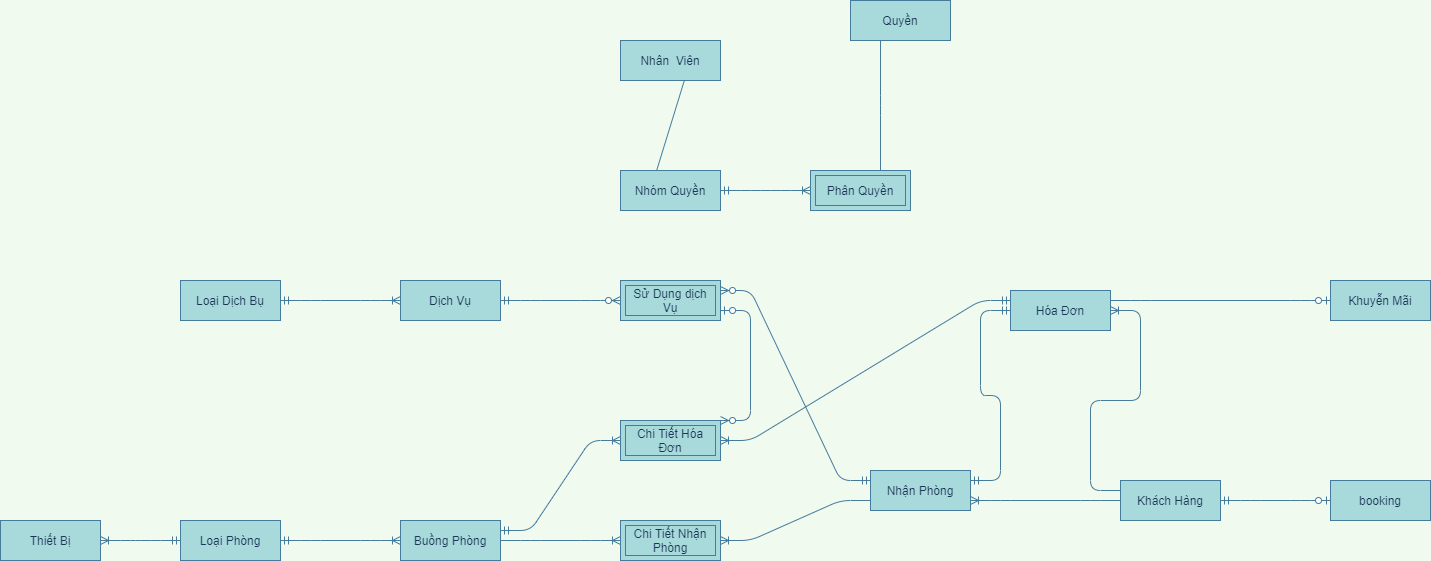
Above: EntityRelationship-QLKS.png in maialino123/QLKS (draw.io), before the change. Source tidied: cells renumbered, new cells last; positions are measured from the earlier drawing's top-left corner, leaving out a move shared by most shapes.
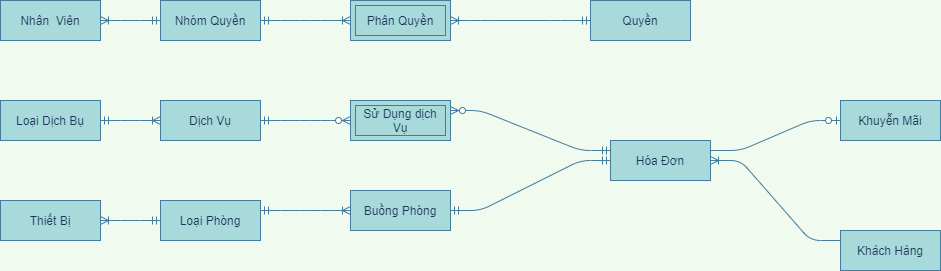
After the commit.

The edit, as a diff of the source:
```diff
@@ -2,37 +2,19 @@
   <root>
     <mxCell id="0" />
     <mxCell id="1" parent="0" />
-    <mxCell id="2" style="edgeStyle=entityRelationEdgeStyle;fontSize=12;html=1;endArrow=ERoneToMany;startArrow=ERmandOne;strokeColor=#457B9D;fillColor=#A8DADC;fontColor=#1D3557;exitX=1;exitY=0.5;exitDx=0;exitDy=0;entryX=0;entryY=0.5;entryDx=0;entryDy=0;labelBackgroundColor=#F1FAEE;" parent="1" edge="1" source="29" target="30">
+    <mxCell id="2" style="edgeStyle=entityRelationEdgeStyle;fontSize=12;html=1;endArrow=ERoneToMany;startArrow=ERmandOne;strokeColor=#457B9D;fillColor=#A8DADC;fontColor=#1D3557;labelBackgroundColor=#F1FAEE;exitX=1;exitY=0.25;exitDx=0;exitDy=0;entryX=0;entryY=0.5;entryDx=0;entryDy=0;" parent="1" edge="1" source="29" target="30">
       <mxGeometry relative="1" as="geometry" />
     </mxCell>
-    <mxCell id="3" style="edgeStyle=entityRelationEdgeStyle;fontSize=12;html=1;endArrow=ERoneToMany;strokeColor=#457B9D;fillColor=#A8DADC;entryX=1;entryY=0.5;entryDx=0;entryDy=0;fontColor=#1D3557;exitX=0;exitY=0.75;exitDx=0;exitDy=0;labelBackgroundColor=#F1FAEE;" parent="1" edge="1" source="31" target="4">
-      <mxGeometry relative="1" as="geometry" />
-    </mxCell>
-    <mxCell id="4" value="Chi Tiết Nhận Phòng" style="shape=ext;margin=3;double=1;whiteSpace=wrap;html=1;align=center;strokeColor=#457B9D;fillColor=#A8DADC;fontColor=#1D3557;" parent="1" vertex="1">
-      <mxGeometry x="620" y="520" width="100" height="40" as="geometry" />
-    </mxCell>
-    <mxCell id="5" style="edgeStyle=entityRelationEdgeStyle;fontSize=12;html=1;endArrow=ERoneToMany;strokeColor=#457B9D;fillColor=#A8DADC;entryX=0;entryY=0.5;entryDx=0;entryDy=0;fontColor=#1D3557;exitX=1;exitY=0.5;exitDx=0;exitDy=0;labelBackgroundColor=#F1FAEE;" parent="1" edge="1" source="30" target="4">
-      <mxGeometry relative="1" as="geometry" />
-    </mxCell>
-    <mxCell id="6" style="edgeStyle=entityRelationEdgeStyle;fontSize=12;html=1;endArrow=ERoneToMany;strokeColor=#457B9D;fillColor=#A8DADC;fontColor=#1D3557;entryX=1;entryY=0.75;entryDx=0;entryDy=0;exitX=0;exitY=0.5;exitDx=0;exitDy=0;labelBackgroundColor=#F1FAEE;" parent="1" edge="1" source="32" target="31">
-      <mxGeometry relative="1" as="geometry" />
-    </mxCell>
     <mxCell id="7" style="edgeStyle=entityRelationEdgeStyle;fontSize=12;html=1;endArrow=ERoneToMany;strokeColor=#457B9D;fillColor=#A8DADC;fontColor=#1D3557;exitX=0;exitY=0.25;exitDx=0;exitDy=0;entryX=1;entryY=0.5;entryDx=0;entryDy=0;labelBackgroundColor=#F1FAEE;" parent="1" edge="1" source="32" target="33">
       <mxGeometry relative="1" as="geometry" />
     </mxCell>
-    <mxCell id="8" style="edgeStyle=entityRelationEdgeStyle;fontSize=12;html=1;endArrow=ERmandOne;startArrow=ERmandOne;strokeColor=#457B9D;fillColor=#A8DADC;fontColor=#1D3557;exitX=1;exitY=0.25;exitDx=0;exitDy=0;entryX=0;entryY=0.5;entryDx=0;entryDy=0;labelBackgroundColor=#F1FAEE;" parent="1" edge="1" source="31" target="33">
+    <mxCell id="8" style="edgeStyle=entityRelationEdgeStyle;fontSize=12;html=1;endArrow=ERmandOne;startArrow=ERmandOne;strokeColor=#457B9D;fillColor=#A8DADC;fontColor=#1D3557;entryX=0;entryY=0.5;entryDx=0;entryDy=0;labelBackgroundColor=#F1FAEE;" parent="1" edge="1" source="30" target="33">
       <mxGeometry relative="1" as="geometry" />
     </mxCell>
-    <mxCell id="9" value="Chi Tiết Hóa Đơn" style="shape=ext;margin=3;double=1;whiteSpace=wrap;html=1;align=center;strokeColor=#457B9D;fillColor=#A8DADC;fontColor=#1D3557;" parent="1" vertex="1">
-      <mxGeometry x="620" y="420" width="100" height="40" as="geometry" />
-    </mxCell>
-    <mxCell id="10" style="edgeStyle=entityRelationEdgeStyle;fontSize=12;html=1;endArrow=ERoneToMany;startArrow=ERmandOne;strokeColor=#457B9D;fillColor=#A8DADC;entryX=1;entryY=0.5;entryDx=0;entryDy=0;fontColor=#1D3557;exitX=0;exitY=0.25;exitDx=0;exitDy=0;labelBackgroundColor=#F1FAEE;" parent="1" edge="1" source="33" target="9">
-      <mxGeometry relative="1" as="geometry" />
-    </mxCell>
     <mxCell id="11" style="edgeStyle=entityRelationEdgeStyle;fontSize=12;html=1;endArrow=ERzeroToOne;endFill=1;strokeColor=#457B9D;fillColor=#A8DADC;fontColor=#1D3557;entryX=0;entryY=0.5;entryDx=0;entryDy=0;exitX=1;exitY=0.25;exitDx=0;exitDy=0;labelBackgroundColor=#F1FAEE;" parent="1" edge="1" source="33" target="27">
       <mxGeometry relative="1" as="geometry" />
     </mxCell>
-    <mxCell id="12" style="edgeStyle=entityRelationEdgeStyle;fontSize=12;html=1;endArrow=ERoneToMany;startArrow=ERmandOne;strokeColor=#457B9D;fillColor=#A8DADC;fontColor=#1D3557;entryX=1;entryY=0.5;entryDx=0;entryDy=0;exitX=0;exitY=0.5;exitDx=0;exitDy=0;labelBackgroundColor=#F1FAEE;" parent="1" edge="1" source="29" target="28">
+    <mxCell id="12" style="edgeStyle=entityRelationEdgeStyle;fontSize=12;html=1;endArrow=ERoneToMany;startArrow=ERmandOne;strokeColor=#457B9D;fillColor=#A8DADC;fontColor=#1D3557;entryX=1;entryY=0.5;entryDx=0;entryDy=0;labelBackgroundColor=#F1FAEE;exitX=0;exitY=0.5;exitDx=0;exitDy=0;" parent="1" edge="1" source="29" target="28">
       <mxGeometry relative="1" as="geometry" />
     </mxCell>
     <mxCell id="13" style="edgeStyle=entityRelationEdgeStyle;fontSize=12;html=1;endArrow=ERoneToMany;startArrow=ERmandOne;strokeColor=#457B9D;fontColor=#1D3557;exitX=1;exitY=0.5;exitDx=0;exitDy=0;entryX=0;entryY=0.5;entryDx=0;entryDy=0;labelBackgroundColor=#F1FAEE;" parent="1" edge="1" source="25" target="26">
@@ -44,66 +26,51 @@
     <mxCell id="15" value="Sử Dụng dịch Vụ" style="shape=ext;margin=3;double=1;whiteSpace=wrap;html=1;align=center;strokeColor=#457B9D;fillColor=#A8DADC;fontColor=#1D3557;" parent="1" vertex="1">
       <mxGeometry x="620" y="280" width="100" height="40" as="geometry" />
     </mxCell>
-    <mxCell id="16" style="edgeStyle=entityRelationEdgeStyle;fontSize=12;html=1;endArrow=ERzeroToMany;startArrow=ERmandOne;entryX=1;entryY=0.25;entryDx=0;entryDy=0;strokeColor=#457B9D;fontColor=#1D3557;exitX=0;exitY=0.25;exitDx=0;exitDy=0;labelBackgroundColor=#F1FAEE;" parent="1" edge="1" source="31" target="15">
+    <mxCell id="16" style="edgeStyle=entityRelationEdgeStyle;fontSize=12;html=1;endArrow=ERzeroToMany;startArrow=ERmandOne;entryX=1;entryY=0.25;entryDx=0;entryDy=0;strokeColor=#457B9D;fontColor=#1D3557;exitX=0;exitY=0.25;exitDx=0;exitDy=0;labelBackgroundColor=#F1FAEE;" parent="1" edge="1" source="33" target="15">
       <mxGeometry relative="1" as="geometry" />
     </mxCell>
-    <mxCell id="17" style="edgeStyle=entityRelationEdgeStyle;fontSize=12;html=1;endArrow=ERoneToMany;startArrow=ERmandOne;strokeColor=#457B9D;fillColor=#A8DADC;entryX=0;entryY=0.5;entryDx=0;entryDy=0;exitX=1;exitY=0.25;exitDx=0;exitDy=0;labelBackgroundColor=#F1FAEE;fontColor=#1D3557;" parent="1" edge="1" source="30" target="9">
-      <mxGeometry relative="1" as="geometry" />
-    </mxCell>
-    <mxCell id="18" style="edgeStyle=entityRelationEdgeStyle;fontSize=12;html=1;endArrow=ERzeroToMany;startArrow=ERzeroToOne;strokeColor=#457B9D;fillColor=#A8DADC;exitX=1;exitY=0.75;exitDx=0;exitDy=0;entryX=1;entryY=0;entryDx=0;entryDy=0;labelBackgroundColor=#F1FAEE;fontColor=#1D3557;" parent="1" edge="1" source="15" target="9">
-      <mxGeometry relative="1" as="geometry" />
-    </mxCell>
     <mxCell id="19" style="edgeStyle=entityRelationEdgeStyle;fontSize=12;html=1;endArrow=ERoneToMany;startArrow=ERmandOne;strokeColor=#457B9D;fontColor=#1D3557;entryX=1;entryY=0.5;entryDx=0;entryDy=0;exitX=0;exitY=0.5;exitDx=0;exitDy=0;labelBackgroundColor=#F1FAEE;" parent="1" edge="1" source="23" target="20">
       <mxGeometry relative="1" as="geometry" />
     </mxCell>
     <mxCell id="20" value="Phân Quyền" style="shape=ext;margin=3;double=1;whiteSpace=wrap;html=1;align=center;strokeColor=#457B9D;fillColor=#A8DADC;fontColor=#1D3557;" parent="1" vertex="1">
-      <mxGeometry x="810" y="170" width="100" height="40" as="geometry" />
+      <mxGeometry x="620" y="180" width="100" height="40" as="geometry" />
     </mxCell>
     <mxCell id="21" style="edgeStyle=entityRelationEdgeStyle;fontSize=12;html=1;endArrow=ERoneToMany;startArrow=ERmandOne;strokeColor=#457B9D;fontColor=#1D3557;exitX=0;exitY=0.5;exitDx=0;exitDy=0;entryX=1;entryY=0.5;entryDx=0;entryDy=0;labelBackgroundColor=#F1FAEE;" parent="1" edge="1" source="22" target="24">
       <mxGeometry relative="1" as="geometry" />
     </mxCell>
     <mxCell id="22" value="Nhóm Quyền" style="whiteSpace=wrap;html=1;align=center;rounded=0;sketch=0;strokeColor=#457B9D;fillColor=#A8DADC;fontColor=#1D3557;" parent="1" vertex="1">
-      <mxGeometry x="620" y="170" width="100" height="40" as="geometry" />
+      <mxGeometry x="430" y="180" width="100" height="40" as="geometry" />
     </mxCell>
     <mxCell id="23" value="Quyền" style="whiteSpace=wrap;html=1;align=center;rounded=0;sketch=0;strokeColor=#457B9D;fillColor=#A8DADC;fontColor=#1D3557;" parent="1" vertex="1">
-      <mxGeometry x="850" width="100" height="40" as="geometry" />
+      <mxGeometry x="860" y="180" width="100" height="40" as="geometry" />
     </mxCell>
     <mxCell id="24" value="Nhân&amp;nbsp; Viên" style="whiteSpace=wrap;html=1;align=center;rounded=0;sketch=0;strokeColor=#457B9D;fillColor=#A8DADC;fontColor=#1D3557;" parent="1" vertex="1">
-      <mxGeometry x="620" y="40" width="100" height="40" as="geometry" />
+      <mxGeometry x="270" y="180" width="100" height="40" as="geometry" />
     </mxCell>
     <mxCell id="25" value="Loại Dịch Bụ" style="whiteSpace=wrap;html=1;align=center;rounded=0;sketch=0;strokeColor=#457B9D;fillColor=#A8DADC;fontColor=#1D3557;" parent="1" vertex="1">
-      <mxGeometry x="180" y="280" width="100" height="40" as="geometry" />
+      <mxGeometry x="270" y="280" width="100" height="40" as="geometry" />
     </mxCell>
     <mxCell id="26" value="Dịch Vụ" style="whiteSpace=wrap;html=1;align=center;rounded=0;sketch=0;strokeColor=#457B9D;fillColor=#A8DADC;fontColor=#1D3557;" parent="1" vertex="1">
-      <mxGeometry x="400" y="280" width="100" height="40" as="geometry" />
+      <mxGeometry x="430" y="280" width="100" height="40" as="geometry" />
     </mxCell>
     <mxCell id="27" value="Khuyễn Mãi" style="whiteSpace=wrap;html=1;align=center;rounded=0;sketch=0;strokeColor=#457B9D;fillColor=#A8DADC;fontColor=#1D3557;" parent="1" vertex="1">
-      <mxGeometry x="1330" y="280" width="100" height="40" as="geometry" />
+      <mxGeometry x="1110" y="280" width="100" height="40" as="geometry" />
     </mxCell>
     <mxCell id="28" value="Thiết Bị" style="whiteSpace=wrap;html=1;align=center;rounded=0;sketch=0;strokeColor=#457B9D;fillColor=#A8DADC;fontColor=#1D3557;" parent="1" vertex="1">
-      <mxGeometry y="520" width="100" height="40" as="geometry" />
+      <mxGeometry x="270" y="380" width="100" height="40" as="geometry" />
     </mxCell>
     <mxCell id="29" value="Loại Phòng" style="whiteSpace=wrap;html=1;align=center;rounded=0;sketch=0;strokeColor=#457B9D;fillColor=#A8DADC;fontColor=#1D3557;" parent="1" vertex="1">
-      <mxGeometry x="180" y="520" width="100" height="40" as="geometry" />
+      <mxGeometry x="430" y="380" width="100" height="40" as="geometry" />
     </mxCell>
     <mxCell id="30" value="Buồng Phòng" style="whiteSpace=wrap;html=1;align=center;rounded=0;sketch=0;strokeColor=#457B9D;fillColor=#A8DADC;fontColor=#1D3557;" parent="1" vertex="1">
-      <mxGeometry x="400" y="520" width="100" height="40" as="geometry" />
+      <mxGeometry x="620" y="370" width="100" height="40" as="geometry" />
     </mxCell>
-    <mxCell id="31" value="Nhận Phòng" style="whiteSpace=wrap;html=1;align=center;rounded=0;sketch=0;strokeColor=#457B9D;fillColor=#A8DADC;fontColor=#1D3557;" parent="1" vertex="1">
-      <mxGeometry x="870" y="470" width="100" height="40" as="geometry" />
-    </mxCell>
     <mxCell id="32" value="Khách Hàng" style="whiteSpace=wrap;html=1;align=center;rounded=0;sketch=0;strokeColor=#457B9D;fillColor=#A8DADC;fontColor=#1D3557;" parent="1" vertex="1">
-      <mxGeometry x="1120" y="480" width="100" height="40" as="geometry" />
+      <mxGeometry x="1110" y="410" width="100" height="40" as="geometry" />
     </mxCell>
     <mxCell id="33" value="Hóa Đơn" style="whiteSpace=wrap;html=1;align=center;rounded=0;sketch=0;strokeColor=#457B9D;fillColor=#A8DADC;fontColor=#1D3557;" parent="1" vertex="1">
-      <mxGeometry x="1010" y="290" width="100" height="40" as="geometry" />
+      <mxGeometry x="880" y="320" width="100" height="40" as="geometry" />
     </mxCell>
-    <mxCell id="34" value="booking" style="whiteSpace=wrap;html=1;align=center;rounded=0;sketch=0;strokeColor=#457B9D;fillColor=#A8DADC;fontColor=#1D3557;" parent="1" vertex="1">
-      <mxGeometry x="1330" y="480" width="100" height="40" as="geometry" />
-    </mxCell>
-    <mxCell id="35" style="edgeStyle=entityRelationEdgeStyle;fontSize=12;html=1;endArrow=ERzeroToOne;startArrow=ERmandOne;exitX=1;exitY=0.5;exitDx=0;exitDy=0;labelBackgroundColor=#F1FAEE;strokeColor=#457B9D;fontColor=#1D3557;" parent="1" edge="1" source="32" target="34">
-      <mxGeometry relative="1" as="geometry" />
-    </mxCell>
     <mxCell id="36" style="edgeStyle=entityRelationEdgeStyle;fontSize=12;html=1;endArrow=ERoneToMany;startArrow=ERmandOne;strokeColor=#457B9D;fontColor=#1D3557;exitX=1;exitY=0.5;exitDx=0;exitDy=0;labelBackgroundColor=#F1FAEE;" parent="1" edge="1" source="22" target="20">
       <mxGeometry relative="1" as="geometry" />
     </mxCell>
```
